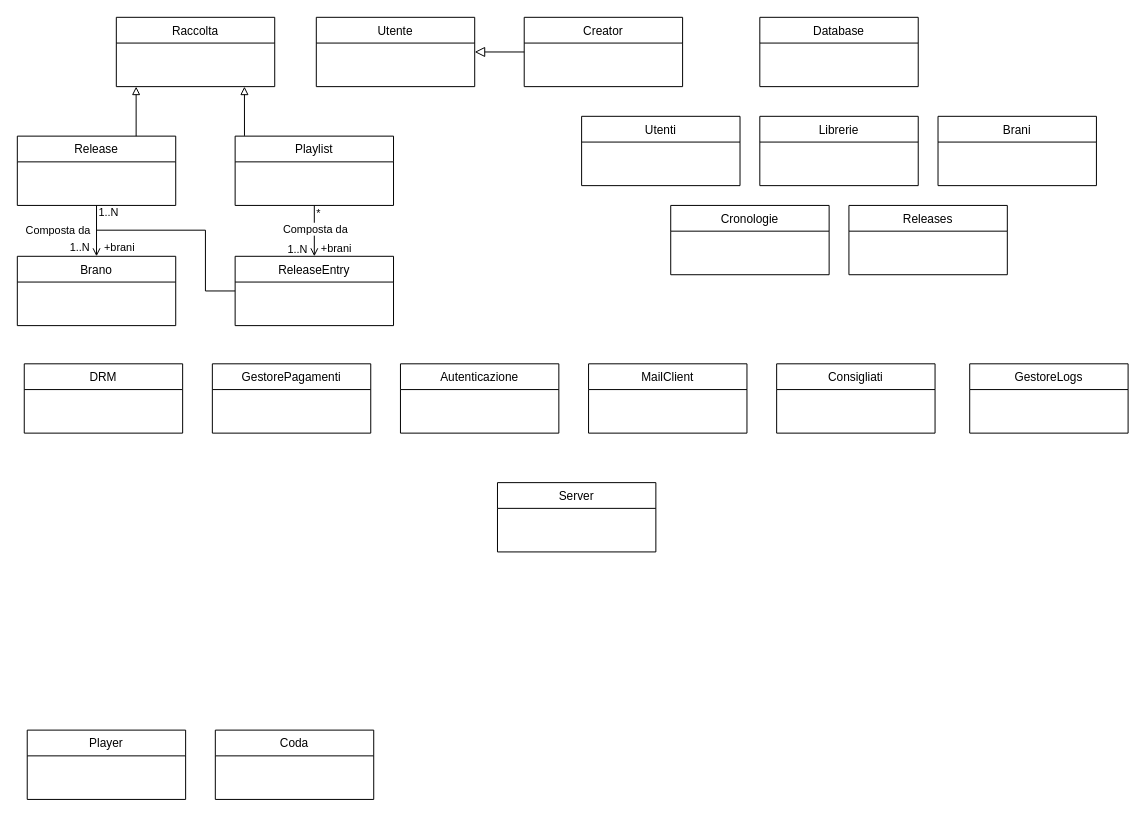
This is Altri diagrammi/Class Diagram.drawio from web-music-player/docs, a draw.io file, before an edit. Source tidied: cells renumbered, new cells numbered last; positions are measured from the earlier drawing's top-left corner, leaving out a move shared by most shapes. Both pictures are drawn from the tidied source at 99%, with x=0, y=0 at pixel (17, 17).
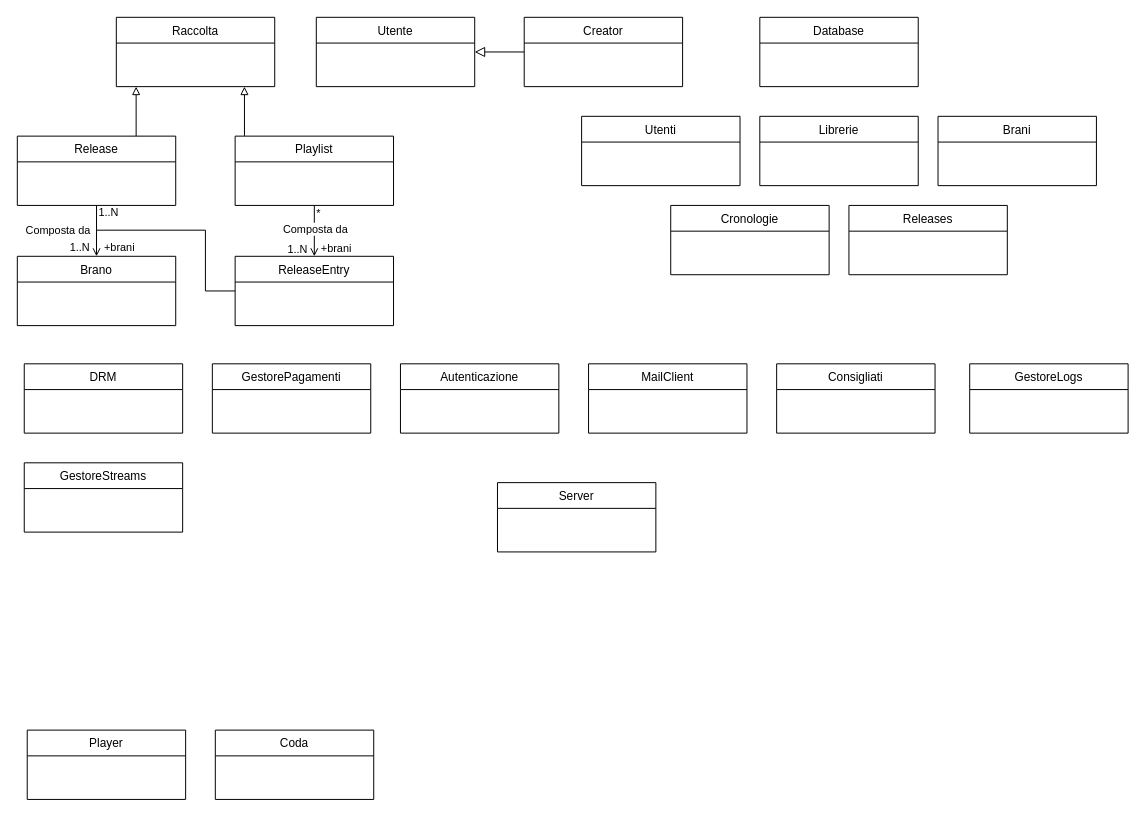
After the change.

Commit message:
Aggiunto Gestore Streams

Diff of the diagram source:
```diff
@@
+    <mxCell id="38" value="GestoreStreams" style="swimlane;fontStyle=0;align=center;verticalAlign=top;horizontal=1;startSize=26;rounded=0;shadow=0;strokeWidth=1;" parent="1" vertex="1">
+      <mxGeometry x="7" y="450" width="160" height="70" as="geometry" />
+    </mxCell>
```
